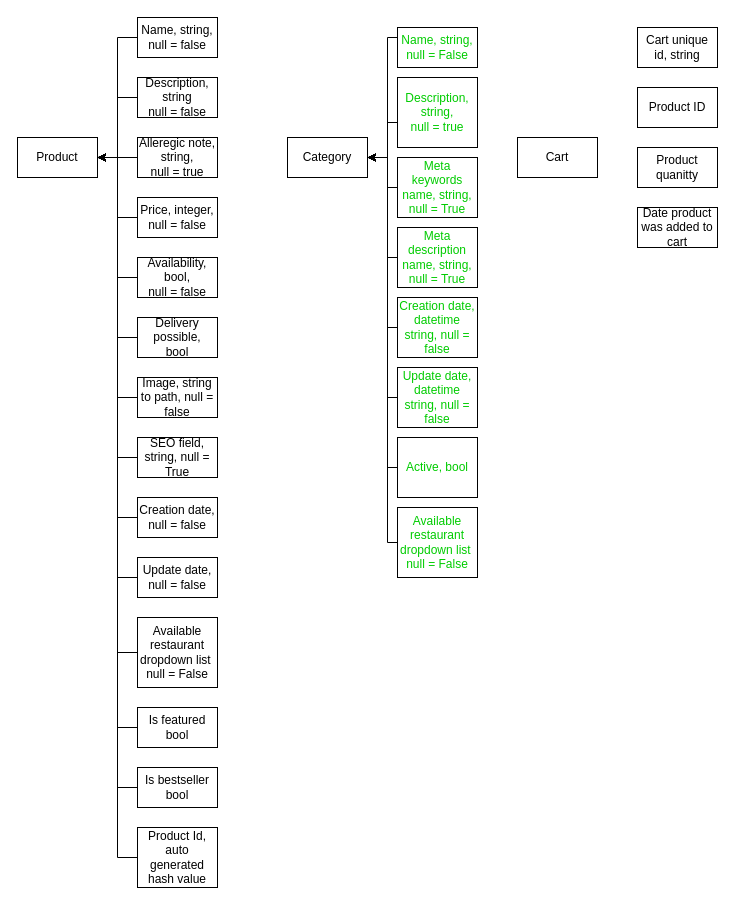
Above: Untitled Diagram.drawio in JianDk/HD_website (draw.io), before the change. Source tidied: cells renumbered, new cells numbered last; positions are measured from the earlier drawing's top-left corner, leaving out a move shared by most shapes. Both pictures are drawn from the tidied source at 100%, with x=0, y=0 at pixel (17, 17).
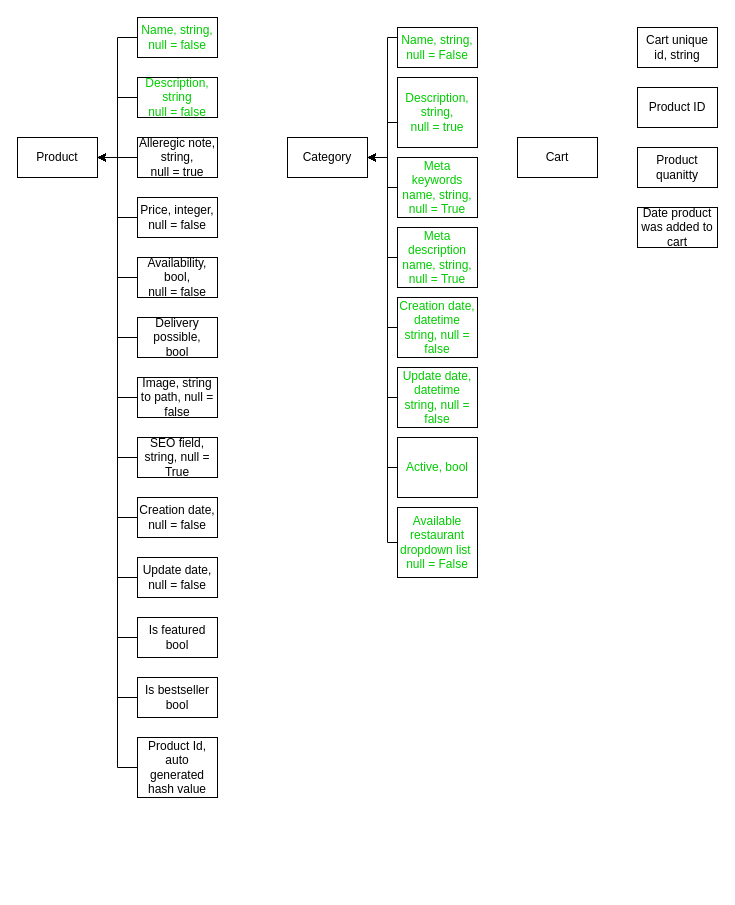
After the change.

The change refers to these unchanged cells:
```xml
<mxCell id="2" value="Product" style="rounded=0;whiteSpace=wrap;html=1;" parent="1" vertex="1">
  <mxGeometry y="120" width="80" height="40" as="geometry" />
</mxCell>
```

Diff of the diagram source:
```diff
@@
-    <mxCell id="4" value="Name, string,&lt;br&gt;null = false" style="rounded=0;whiteSpace=wrap;html=1;" parent="1" vertex="1">
+    <mxCell id="4" value="&lt;font color=&quot;#00cc00&quot;&gt;Name, string,&lt;br&gt;null = false&lt;/font&gt;" style="rounded=0;whiteSpace=wrap;html=1;" parent="1" vertex="1">
       <mxGeometry x="120" width="80" height="40" as="geometry" />
     </mxCell>
@@
-    <mxCell id="6" value="Description,&lt;br&gt;string&lt;br&gt;null = false" style="rounded=0;whiteSpace=wrap;html=1;" parent="1" vertex="1">
+    <mxCell id="6" value="&lt;font color=&quot;#00cc00&quot;&gt;Description,&lt;br&gt;string&lt;br&gt;null = false&lt;/font&gt;" style="rounded=0;whiteSpace=wrap;html=1;" parent="1" vertex="1">
       <mxGeometry x="120" y="60" width="80" height="40" as="geometry" />
     </mxCell>
@@
-    <mxCell id="38" style="edgeStyle=orthogonalEdgeStyle;rounded=0;jettySize=auto;html=1;entryX=1;entryY=0.5;entryDx=0;entryDy=0;" parent="1" edge="1" source="39" target="2">
-      <mxGeometry relative="1" as="geometry" />
-    </mxCell>
-    <mxCell id="39" value="Available restaurant dropdown list&amp;nbsp;&lt;br&gt;null = False" style="rounded=0;whiteSpace=wrap;html=1;" parent="1" vertex="1">
-      <mxGeometry x="120" y="600" width="80" height="70" as="geometry" />
-    </mxCell>
@@
-    <mxCell id="42" style="edgeStyle=orthogonalEdgeStyle;rounded=0;jettySize=auto;html=1;" parent="1" edge="1" source="43">
-      <mxGeometry relative="1" as="geometry">
-        <mxPoint x="80" y="140" as="targetPoint" />
-        <Array as="points">
-          <mxPoint x="100" y="710" />
-          <mxPoint x="100" y="140" />
-        </Array>
-      </mxGeometry>
-    </mxCell>
+    <mxCell id="53" style="edgeStyle=orthogonalEdgeStyle;rounded=0;jettySize=auto;html=1;entryX=1;entryY=0.5;entryDx=0;entryDy=0;" parent="1" edge="1" source="43" target="2">
+      <mxGeometry relative="1" as="geometry" />
+    </mxCell>
     <mxCell id="43" value="Is featured&lt;br&gt;bool" style="rounded=0;whiteSpace=wrap;html=1;" parent="1" vertex="1">
-      <mxGeometry x="120" y="690" width="80" height="40" as="geometry" />
+      <mxGeometry x="120" y="600" width="80" height="40" as="geometry" />
     </mxCell>
-    <mxCell id="44" style="edgeStyle=orthogonalEdgeStyle;rounded=0;jettySize=auto;html=1;" parent="1" edge="1" source="45">
-      <mxGeometry relative="1" as="geometry">
-        <mxPoint x="80" y="140" as="targetPoint" />
-        <Array as="points">
-          <mxPoint x="100" y="770" />
-          <mxPoint x="100" y="140" />
-        </Array>
-      </mxGeometry>
-    </mxCell>
+    <mxCell id="54" style="edgeStyle=orthogonalEdgeStyle;rounded=0;jettySize=auto;html=1;entryX=1;entryY=0.5;entryDx=0;entryDy=0;" parent="1" edge="1" source="45" target="2">
+      <mxGeometry relative="1" as="geometry" />
+    </mxCell>
     <mxCell id="45" value="Is bestseller&lt;br&gt;bool" style="rounded=0;whiteSpace=wrap;html=1;" parent="1" vertex="1">
-      <mxGeometry x="120" y="750" width="80" height="40" as="geometry" />
+      <mxGeometry x="120" y="660" width="80" height="40" as="geometry" />
     </mxCell>
-    <mxCell id="46" style="edgeStyle=orthogonalEdgeStyle;rounded=0;jettySize=auto;html=1;" parent="1" edge="1" source="47">
-      <mxGeometry relative="1" as="geometry">
-        <mxPoint x="80" y="140" as="targetPoint" />
-        <Array as="points">
-          <mxPoint x="100" y="840" />
-          <mxPoint x="100" y="140" />
-        </Array>
-      </mxGeometry>
-    </mxCell>
+    <mxCell id="55" style="edgeStyle=orthogonalEdgeStyle;rounded=0;jettySize=auto;html=1;entryX=1;entryY=0.5;entryDx=0;entryDy=0;" parent="1" edge="1" source="47" target="2">
+      <mxGeometry relative="1" as="geometry" />
+    </mxCell>
     <mxCell id="47" value="Product Id, auto generated hash value" style="rounded=0;whiteSpace=wrap;html=1;" parent="1" vertex="1">
-      <mxGeometry x="120" y="810" width="80" height="60" as="geometry" />
+      <mxGeometry x="120" y="720" width="80" height="60" as="geometry" />
     </mxCell>
```
